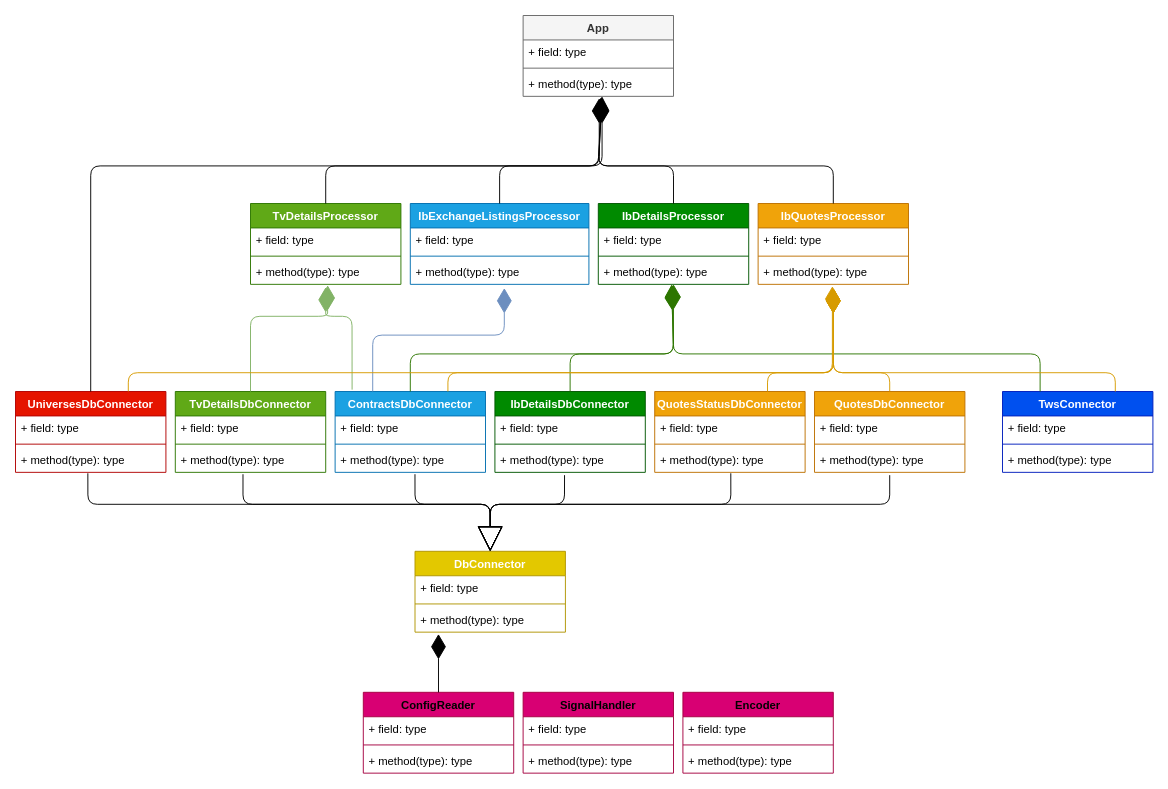
Above: archive/class_diagram/barbucket_class_diagram.drawio in webclinic017/barbucket (draw.io), before the change. Source tidied: cells renumbered, new cells numbered last; positions are measured from the earlier drawing's top-left corner, leaving out a move shared by most shapes. Both pictures are drawn from the tidied source at 94%, with x=0, y=0 at pixel (15, 15).
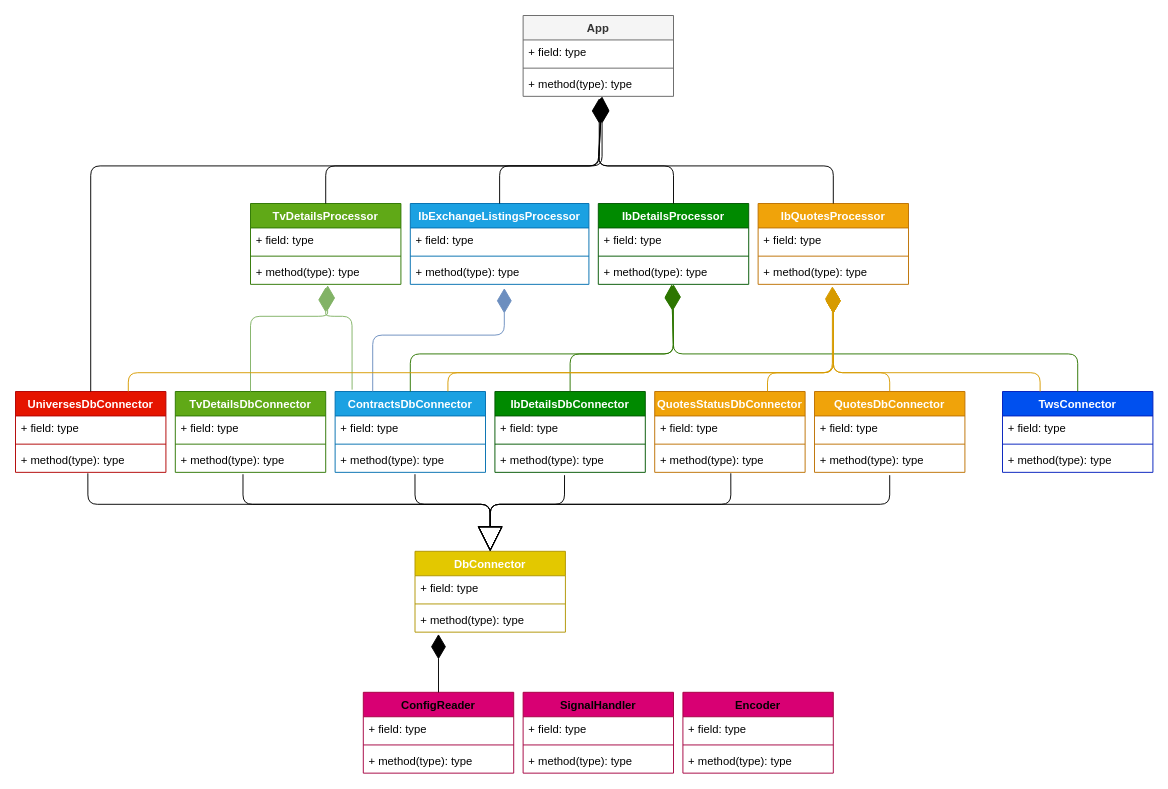
Above is the later version.

Commit message:
updated class diagram

The change refers to these unchanged cells:
```xml
<mxCell id="30" value="TwsConnector" style="swimlane;fontStyle=1;align=center;verticalAlign=top;horizontal=1;startSize=26;fillColor=#0050ef;strokeColor=#001DBC;fontColor=#ffffff;" parent="1" vertex="1">
  <mxGeometry x="1050" y="400" width="160" height="86" as="geometry" />
</mxCell>
<mxCell id="53" value="+ method(type): type" style="text;strokeColor=none;fillColor=none;align=left;verticalAlign=top;spacingLeft=4;spacingRight=4;overflow=hidden;points=[[0,0.5],[1,0.5]];portConstraint=eastwest;" parent="50" vertex="1">
  <mxGeometry y="60" width="160" height="26" as="geometry" />
</mxCell>
```

The edit, as a diff of the source:
```diff
@@
-    <mxCell id="67" style="endArrow=diamondThin;endFill=1;endSize=24;html=1;exitX=0.25;exitY=0;exitDx=0;exitDy=0;entryX=0.488;entryY=1.038;entryDx=0;entryDy=0;entryPerimeter=0;fillColor=#60a917;strokeColor=#2D7600;" parent="1" edge="1" source="30" target="53">
+    <mxCell id="67" style="endArrow=diamondThin;endFill=1;endSize=24;html=1;exitX=0.5;exitY=0;exitDx=0;exitDy=0;entryX=0.488;entryY=1.038;entryDx=0;entryDy=0;entryPerimeter=0;fillColor=#60a917;strokeColor=#2D7600;" parent="1" edge="1" source="30" target="53">
       <mxGeometry relative="1" as="geometry">
         <Array as="points">
-          <mxPoint x="1090" y="360" />
+          <mxPoint x="1130" y="360" />
           <mxPoint x="700" y="360" />
         </Array>
       </mxGeometry>
     </mxCell>
@@
-    <mxCell id="70" style="endArrow=diamondThin;endFill=1;endSize=24;html=1;exitX=0.75;exitY=0;exitDx=0;exitDy=0;fillColor=#ffe6cc;strokeColor=#d79b00;" parent="1" edge="1" source="30">
+    <mxCell id="70" style="endArrow=diamondThin;endFill=1;endSize=24;html=1;fillColor=#ffe6cc;strokeColor=#d79b00;exitX=0.25;exitY=0;exitDx=0;exitDy=0;" parent="1" edge="1" source="30">
       <mxGeometry relative="1" as="geometry">
         <mxPoint x="870" y="290" as="targetPoint" />
         <Array as="points">
-          <mxPoint x="1170" y="380" />
+          <mxPoint x="1090" y="380" />
           <mxPoint x="870" y="380" />
         </Array>
       </mxGeometry>
     </mxCell>
```
